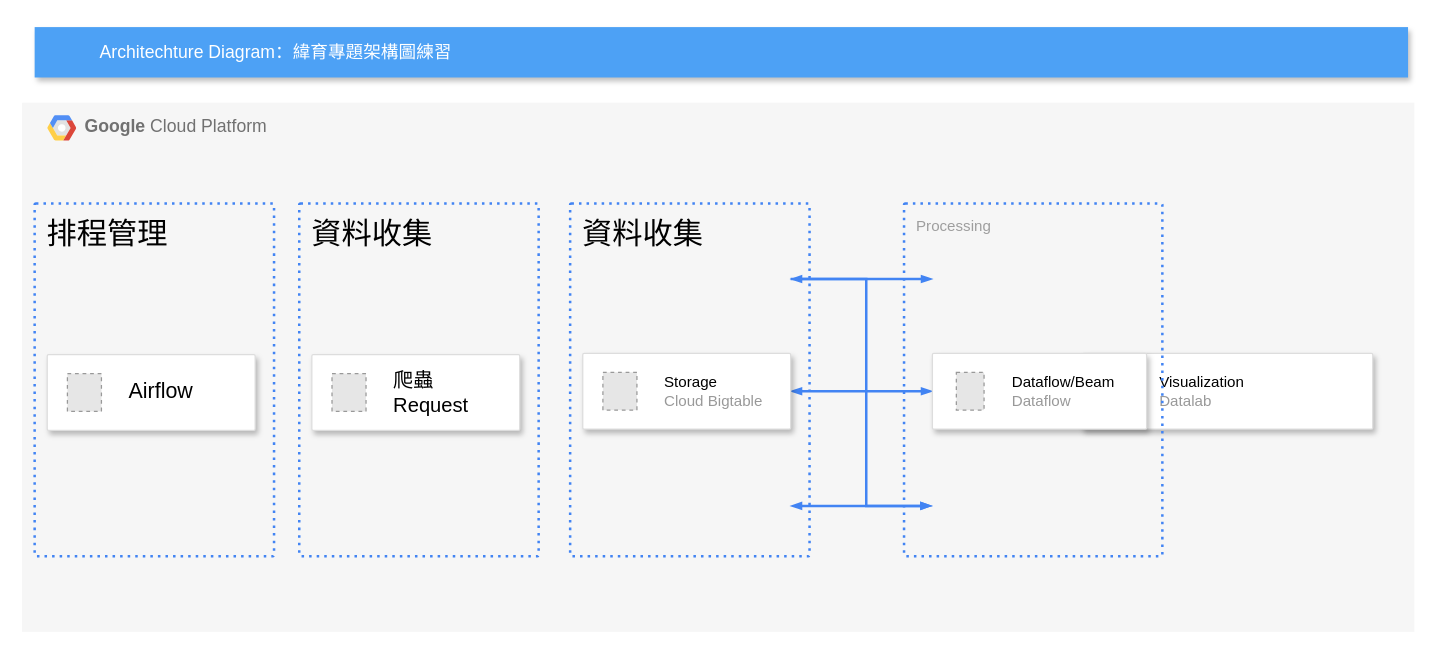
Above: test1.drawio in passerchell/ArchitectureDiagram (draw.io), before the change. Source tidied: cells renumbered, new cells numbered last; positions are measured from the earlier drawing's top-left corner, leaving out a move shared by most shapes. Both pictures are drawn from the tidied source at 126%, with x=0, y=0 at pixel (21, 26). Pictures stored in the file or linked from it are replaced by grey dashed boxes.
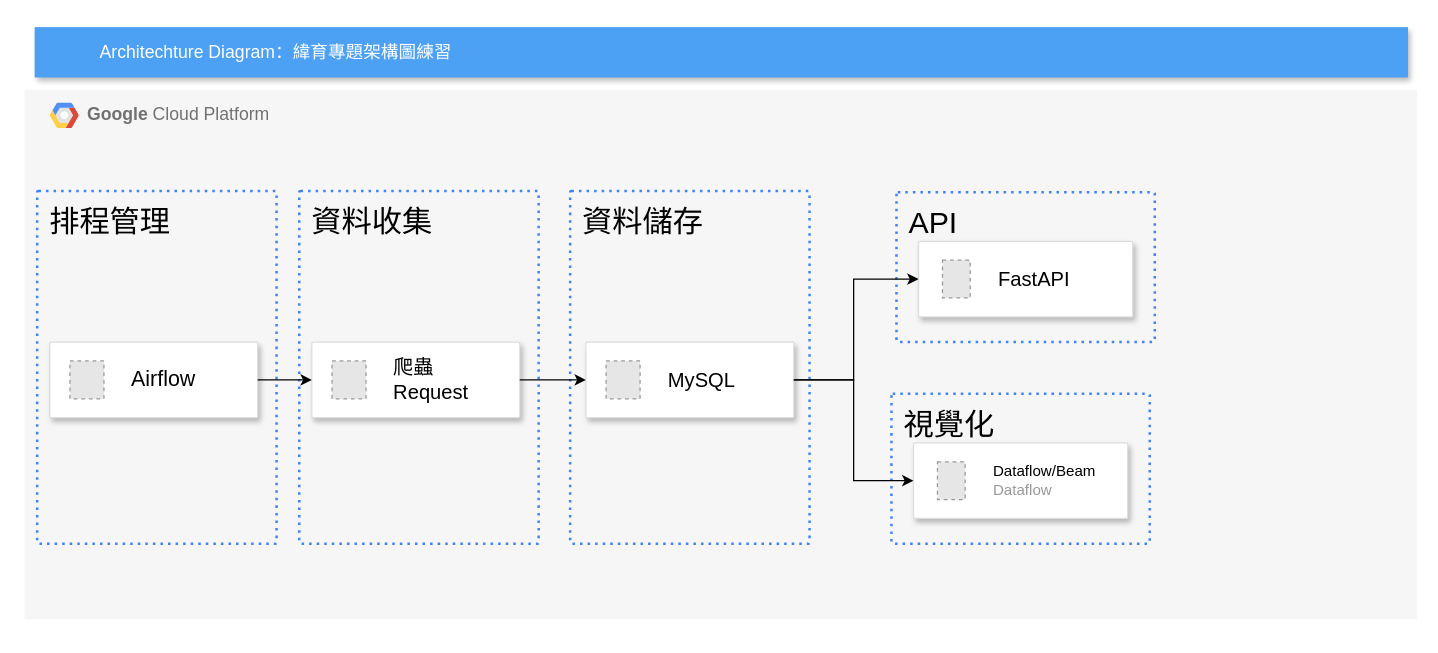
Above is the later version.

The change refers to these unchanged cells:
```xml
<mxCell id="7" style="strokeColor=#dddddd;shadow=1;strokeWidth=1;rounded=1;absoluteArcSize=1;arcSize=2;" parent="2" vertex="1">
  <mxGeometry x="20" y="200" width="165" height="60" as="geometry" />
</mxCell>
```

What changed in the source:
```diff
@@
     <mxCell id="2" value="&lt;b&gt;Google &lt;/b&gt;Cloud Platform" style="fillColor=#F6F6F6;strokeColor=none;shadow=0;gradientColor=none;fontSize=14;align=left;spacing=10;fontColor=#717171;9E9E9E;verticalAlign=top;spacingTop=-4;fontStyle=0;spacingLeft=40;html=1;" parent="1" vertex="1">
-      <mxGeometry y="60" width="1105" height="420" as="geometry" />
+      <mxGeometry x="2" y="50" width="1105" height="420" as="geometry" />
     </mxCell>
@@
-    <mxCell id="4" style="strokeColor=#dddddd;shadow=1;strokeWidth=1;rounded=1;absoluteArcSize=1;arcSize=2;" parent="2" vertex="1">
-      <mxGeometry x="841.1" y="199" width="230.9" height="60" as="geometry" />
-    </mxCell>
-    <mxCell id="5" value="&lt;font color=&quot;#000000&quot;&gt;Visualization&lt;/font&gt;&lt;br&gt;Datalab" style="fillColor=#E6E6E6;strokeColor=#999999;dashed=1;html=1;fontColor=#999999;verticalLabelPosition=middle;verticalAlign=middle;labelPosition=right;align=left;spacingLeft=20;" parent="4" vertex="1">
-      <mxGeometry width="20" height="30" relative="1" as="geometry">
-        <mxPoint x="20" y="15" as="offset" />
-      </mxGeometry>
-    </mxCell>
@@
-    <mxCell id="9" value="Processing" style="rounded=1;absoluteArcSize=1;arcSize=2;html=1;strokeColor=#4284F3;gradientColor=none;shadow=0;dashed=1;fontSize=12;fontColor=#9E9E9E;align=left;verticalAlign=top;spacing=10;spacingTop=-4;fillColor=none;dashPattern=1 2;strokeWidth=2;" parent="1" vertex="1">
-      <mxGeometry x="700" y="140" width="205" height="280" as="geometry" />
-    </mxCell>
+    <mxCell id="21" value="&lt;span style=&quot;color: rgb(0, 0, 0); font-size: 24px;&quot;&gt;資料收集&lt;/span&gt;" style="rounded=1;absoluteArcSize=1;arcSize=2;html=1;strokeColor=#4284F3;gradientColor=none;shadow=0;dashed=1;fontSize=12;fontColor=#9E9E9E;align=left;verticalAlign=top;spacing=10;spacingTop=-4;fillColor=none;dashPattern=1 2;strokeWidth=2;" parent="2" vertex="1">
+      <mxGeometry x="218" y="80" width="190" height="280" as="geometry" />
+    </mxCell>
-    <mxCell id="10" value="&lt;font style=&quot;font-size: 24px; color: rgb(0, 0, 0);&quot;&gt;資料收集&lt;/font&gt;" style="rounded=1;absoluteArcSize=1;arcSize=2;html=1;strokeColor=#4284F3;gradientColor=none;shadow=0;dashed=1;fontSize=12;fontColor=#9E9E9E;align=left;verticalAlign=top;spacing=10;spacingTop=-4;fillColor=none;dashPattern=1 2;strokeWidth=2;" parent="1" vertex="1">
-      <mxGeometry x="435" y="140" width="190" height="280" as="geometry" />
+    <mxCell id="10" value="&lt;font color=&quot;#000000&quot;&gt;&lt;span style=&quot;font-size: 24px;&quot;&gt;資料儲存&lt;/span&gt;&lt;/font&gt;" style="rounded=1;absoluteArcSize=1;arcSize=2;html=1;strokeColor=#4284F3;gradientColor=none;shadow=0;dashed=1;fontSize=12;fontColor=#9E9E9E;align=left;verticalAlign=top;spacing=10;spacingTop=-4;fillColor=none;dashPattern=1 2;strokeWidth=2;" parent="2" vertex="1">
+      <mxGeometry x="433" y="80" width="190" height="280" as="geometry" />
     </mxCell>
-    <mxCell id="11" value="Architechture Diagram：緯育專題架構圖練習" style="fillColor=#4DA1F5;strokeColor=none;shadow=1;gradientColor=none;fontSize=14;align=left;spacingLeft=50;fontColor=#ffffff;html=1;" parent="1" vertex="1">
-      <mxGeometry x="10" width="1090" height="40" as="geometry" />
-    </mxCell>
-    <mxCell id="12" style="edgeStyle=orthogonalEdgeStyle;rounded=0;html=1;labelBackgroundColor=none;startFill=1;startSize=4;endArrow=blockThin;endFill=1;endSize=4;jettySize=auto;strokeColor=#4284F3;strokeWidth=2;fontSize=12;fontColor=#000000;align=center;dashed=0;startArrow=blockThin;" parent="1" edge="1" source="17" target="19">
-      <mxGeometry relative="1" as="geometry" />
-    </mxCell>
-    <mxCell id="13" style="edgeStyle=orthogonalEdgeStyle;rounded=0;html=1;labelBackgroundColor=none;startFill=1;startSize=4;endArrow=blockThin;endFill=1;endSize=4;jettySize=auto;orthogonalLoop=1;strokeColor=#4284F3;strokeWidth=2;fontSize=12;fontColor=#000000;align=center;dashed=0;startArrow=blockThin;" parent="1" edge="1">
-      <mxGeometry relative="1" as="geometry">
-        <mxPoint x="610" y="380" as="sourcePoint" />
-        <mxPoint x="722" y="380" as="targetPoint" />
-      </mxGeometry>
-    </mxCell>
-    <mxCell id="14" style="edgeStyle=orthogonalEdgeStyle;rounded=0;html=1;labelBackgroundColor=none;startFill=1;startSize=4;endArrow=blockThin;endFill=1;endSize=4;jettySize=auto;strokeColor=#9E9E9E;strokeWidth=2;fontSize=12;fontColor=#000000;align=center;dashed=0;startArrow=blockThin;" parent="1" edge="1" source="9" target="4">
-      <mxGeometry relative="1" as="geometry">
-        <Array as="points">
-          <mxPoint x="925" y="290" />
-          <mxPoint x="925" y="290" />
-        </Array>
-      </mxGeometry>
-    </mxCell>
-    <mxCell id="15" style="edgeStyle=orthogonalEdgeStyle;rounded=0;html=1;labelBackgroundColor=none;startFill=1;startSize=4;endArrow=blockThin;endFill=1;endSize=4;jettySize=auto;orthogonalLoop=1;strokeColor=#4284F3;strokeWidth=2;fontSize=12;fontColor=#000000;align=center;dashed=0;" parent="1" edge="1">
-      <mxGeometry relative="1" as="geometry">
-        <mxPoint x="610" y="200" as="sourcePoint" />
-        <mxPoint x="722.5" y="200" as="targetPoint" />
-      </mxGeometry>
-    </mxCell>
-    <mxCell id="16" style="edgeStyle=orthogonalEdgeStyle;rounded=0;html=1;labelBackgroundColor=none;startFill=1;startSize=4;endArrow=blockThin;endFill=1;endSize=4;jettySize=auto;orthogonalLoop=1;strokeColor=#4284F3;strokeWidth=2;fontSize=12;fontColor=#000000;align=center;dashed=0;startArrow=blockThin;" parent="1" edge="1">
-      <mxGeometry relative="1" as="geometry">
-        <mxPoint x="610" y="200" as="sourcePoint" />
-        <mxPoint x="722" y="380" as="targetPoint" />
-        <Array as="points">
-          <mxPoint x="670" y="200" />
-          <mxPoint x="670" y="380" />
-        </Array>
-      </mxGeometry>
-    </mxCell>
+    <mxCell id="22" style="strokeColor=#dddddd;shadow=1;strokeWidth=1;rounded=1;absoluteArcSize=1;arcSize=2;" parent="2" vertex="1">
+      <mxGeometry x="228" y="200" width="165" height="60" as="geometry" />
+    </mxCell>
+    <mxCell id="23" value="&lt;font style=&quot;font-size: 16px;&quot; color=&quot;#000000&quot;&gt;爬蟲&lt;/font&gt;&lt;div&gt;&lt;font style=&quot;font-size: 16px;&quot; color=&quot;#000000&quot;&gt;Request&lt;/font&gt;&lt;/div&gt;" style="fillColor=#E6E6E6;strokeColor=#999999;dashed=1;html=1;fontColor=#999999;verticalLabelPosition=middle;verticalAlign=middle;labelPosition=right;align=left;spacingLeft=20;" parent="22" vertex="1">
+      <mxGeometry width="27" height="30" relative="1" as="geometry">
+        <mxPoint x="16" y="15" as="offset" />
+      </mxGeometry>
+    </mxCell>
+    <mxCell id="24" style="edgeStyle=orthogonalEdgeStyle;rounded=0;jettySize=auto;html=1;entryX=0;entryY=0.5;entryDx=0;entryDy=0;" parent="2" edge="1" source="7" target="22">
+      <mxGeometry relative="1" as="geometry" />
+    </mxCell>
-    <mxCell id="17" style="strokeColor=#dddddd;shadow=1;strokeWidth=1;rounded=1;absoluteArcSize=1;arcSize=2;" parent="1" vertex="1">
-      <mxGeometry x="445" y="259" width="165" height="60" as="geometry" />
+    <mxCell id="17" style="strokeColor=#dddddd;shadow=1;strokeWidth=1;rounded=1;absoluteArcSize=1;arcSize=2;" parent="2" vertex="1">
+      <mxGeometry x="445.5" y="200" width="165" height="60" as="geometry" />
     </mxCell>
-    <mxCell id="18" value="&lt;font color=&quot;#000000&quot;&gt;Storage&lt;/font&gt;&lt;br&gt;Cloud Bigtable" style="fillColor=#E6E6E6;strokeColor=#999999;dashed=1;html=1;fontColor=#999999;verticalLabelPosition=middle;verticalAlign=middle;labelPosition=right;align=left;spacingLeft=20;" parent="17" vertex="1">
+    <mxCell id="18" value="&lt;font style=&quot;font-size: 16px;&quot; color=&quot;#000000&quot;&gt;MySQL&lt;/font&gt;" style="fillColor=#E6E6E6;strokeColor=#999999;dashed=1;html=1;fontColor=#999999;verticalLabelPosition=middle;verticalAlign=middle;labelPosition=right;align=left;spacingLeft=20;" parent="17" vertex="1">
       <mxGeometry width="27" height="30" relative="1" as="geometry">
         <mxPoint x="16" y="15" as="offset" />
       </mxGeometry>
     </mxCell>
+    <mxCell id="25" style="edgeStyle=orthogonalEdgeStyle;rounded=0;jettySize=auto;html=1;entryX=0;entryY=0.5;entryDx=0;entryDy=0;" parent="2" edge="1" source="22" target="17">
+      <mxGeometry relative="1" as="geometry" />
+    </mxCell>
+    <mxCell id="26" value="&lt;font color=&quot;#000000&quot;&gt;&lt;span style=&quot;font-size: 24px;&quot;&gt;視覺化&lt;/span&gt;&lt;/font&gt;" style="rounded=1;absoluteArcSize=1;arcSize=2;html=1;strokeColor=#4284F3;gradientColor=none;shadow=0;dashed=1;fontSize=12;fontColor=#9E9E9E;align=left;verticalAlign=top;spacing=10;spacingTop=-4;fillColor=none;dashPattern=1 2;strokeWidth=2;" parent="2" vertex="1">
+      <mxGeometry x="688" y="241" width="205" height="119" as="geometry" />
+    </mxCell>
+    <mxCell id="27" style="strokeColor=#dddddd;shadow=1;strokeWidth=1;rounded=1;absoluteArcSize=1;arcSize=2;" parent="2" vertex="1">
+      <mxGeometry x="705.5" y="280" width="170" height="60" as="geometry" />
+    </mxCell>
+    <mxCell id="28" value="&lt;font color=&quot;#000000&quot;&gt;Dataflow/Beam&lt;/font&gt;&lt;br&gt;Dataflow" style="fillColor=#E6E6E6;strokeColor=#999999;dashed=1;html=1;fontColor=#999999;verticalLabelPosition=middle;verticalAlign=middle;labelPosition=right;align=left;spacingLeft=20;" parent="27" vertex="1">
+      <mxGeometry width="22" height="30" relative="1" as="geometry">
+        <mxPoint x="19" y="15" as="offset" />
+      </mxGeometry>
+    </mxCell>
+    <mxCell id="29" style="edgeStyle=orthogonalEdgeStyle;rounded=0;jettySize=auto;html=1;entryX=0;entryY=0.5;entryDx=0;entryDy=0;" parent="2" edge="1" source="17" target="27">
+      <mxGeometry relative="1" as="geometry" />
+    </mxCell>
+    <mxCell id="9" value="&lt;span style=&quot;color: rgb(0, 0, 0); font-size: 24px;&quot;&gt;API&lt;/span&gt;" style="rounded=1;absoluteArcSize=1;arcSize=2;html=1;strokeColor=#4284F3;gradientColor=none;shadow=0;dashed=1;fontSize=12;fontColor=#9E9E9E;align=left;verticalAlign=top;spacing=10;spacingTop=-4;fillColor=none;dashPattern=1 2;strokeWidth=2;" parent="1" vertex="1">
+      <mxGeometry x="694" y="131" width="205" height="119" as="geometry" />
+    </mxCell>
+    <mxCell id="11" value="Architechture Diagram：緯育專題架構圖練習" style="fillColor=#4DA1F5;strokeColor=none;shadow=1;gradientColor=none;fontSize=14;align=left;spacingLeft=50;fontColor=#ffffff;html=1;" parent="1" vertex="1">
+      <mxGeometry x="10" width="1090" height="40" as="geometry" />
+    </mxCell>
     <mxCell id="19" style="strokeColor=#dddddd;shadow=1;strokeWidth=1;rounded=1;absoluteArcSize=1;arcSize=2;" parent="1" vertex="1">
-      <mxGeometry x="722.5" y="259" width="170" height="60" as="geometry" />
+      <mxGeometry x="711.5" y="170" width="170" height="60" as="geometry" />
     </mxCell>
-    <mxCell id="20" value="&lt;font color=&quot;#000000&quot;&gt;Dataflow/Beam&lt;/font&gt;&lt;br&gt;Dataflow" style="fillColor=#E6E6E6;strokeColor=#999999;dashed=1;html=1;fontColor=#999999;verticalLabelPosition=middle;verticalAlign=middle;labelPosition=right;align=left;spacingLeft=20;" parent="19" vertex="1">
+    <mxCell id="20" value="&lt;font style=&quot;font-size: 16px;&quot; color=&quot;#000000&quot;&gt;FastAPI&lt;/font&gt;" style="fillColor=#E6E6E6;strokeColor=#999999;dashed=1;html=1;fontColor=#999999;verticalLabelPosition=middle;verticalAlign=middle;labelPosition=right;align=left;spacingLeft=20;" parent="19" vertex="1">
       <mxGeometry width="22" height="30" relative="1" as="geometry">
         <mxPoint x="19" y="15" as="offset" />
       </mxGeometry>
     </mxCell>
-    <mxCell id="21" value="&lt;span style=&quot;color: rgb(0, 0, 0); font-size: 24px;&quot;&gt;資料收集&lt;/span&gt;" style="rounded=1;absoluteArcSize=1;arcSize=2;html=1;strokeColor=#4284F3;gradientColor=none;shadow=0;dashed=1;fontSize=12;fontColor=#9E9E9E;align=left;verticalAlign=top;spacing=10;spacingTop=-4;fillColor=none;dashPattern=1 2;strokeWidth=2;" parent="1" vertex="1">
-      <mxGeometry x="220" y="140" width="190" height="280" as="geometry" />
-    </mxCell>
-    <mxCell id="22" style="strokeColor=#dddddd;shadow=1;strokeWidth=1;rounded=1;absoluteArcSize=1;arcSize=2;" parent="1" vertex="1">
-      <mxGeometry x="230" y="260" width="165" height="60" as="geometry" />
-    </mxCell>
-    <mxCell id="23" value="&lt;font style=&quot;font-size: 16px;&quot; color=&quot;#000000&quot;&gt;爬蟲&lt;/font&gt;&lt;div&gt;&lt;font style=&quot;font-size: 16px;&quot; color=&quot;#000000&quot;&gt;Request&lt;/font&gt;&lt;/div&gt;" style="fillColor=#E6E6E6;strokeColor=#999999;dashed=1;html=1;fontColor=#999999;verticalLabelPosition=middle;verticalAlign=middle;labelPosition=right;align=left;spacingLeft=20;" parent="22" vertex="1">
-      <mxGeometry width="27" height="30" relative="1" as="geometry">
-        <mxPoint x="16" y="15" as="offset" />
-      </mxGeometry>
-    </mxCell>
+    <mxCell id="12" style="edgeStyle=orthogonalEdgeStyle;rounded=0;jettySize=auto;html=1;entryX=0;entryY=0.5;entryDx=0;entryDy=0;exitX=1;exitY=0.5;exitDx=0;exitDy=0;" parent="1" edge="1" source="17" target="19">
+      <mxGeometry relative="1" as="geometry">
+        <Array as="points">
+          <mxPoint x="660" y="280" />
+          <mxPoint x="660" y="200" />
+        </Array>
+      </mxGeometry>
+    </mxCell>
```
